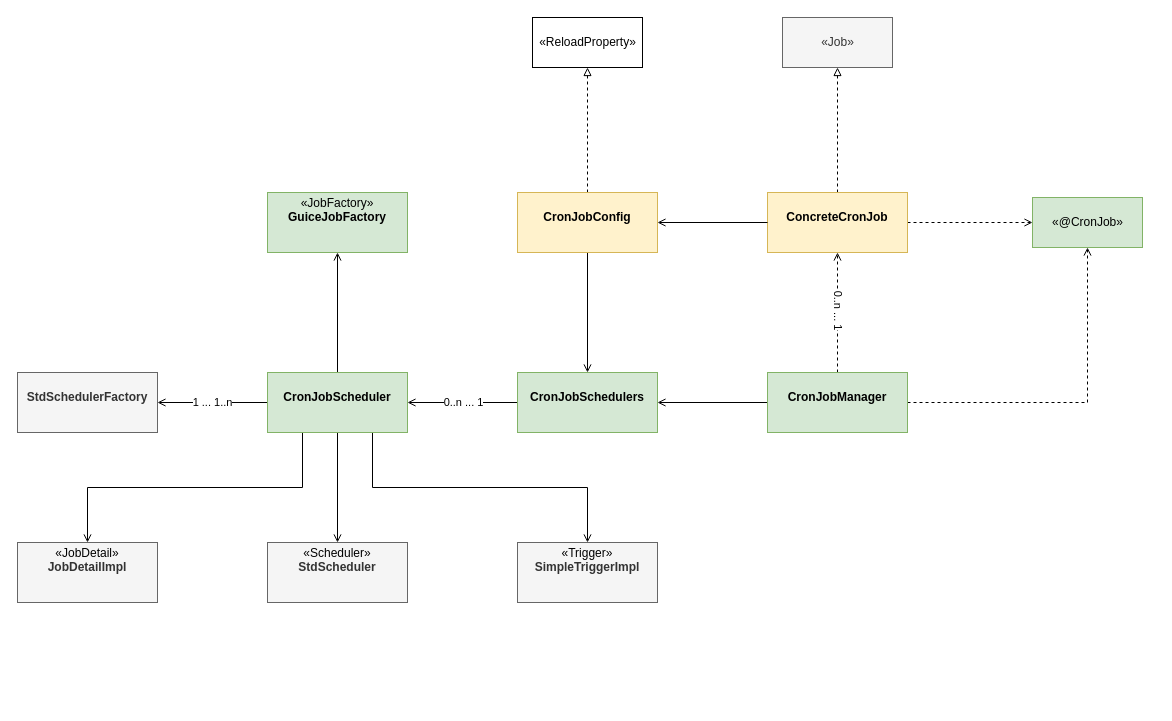
Above: leyan/policy/policy-quartz-component-class-diagram.drawio in GeekKwok/UML (draw.io), before the change. Source tidied: cells renumbered, new cells numbered last; positions are measured from the earlier drawing's top-left corner, leaving out a move shared by most shapes. Both pictures are drawn from the tidied source at 100%, with x=0, y=0 at pixel (17, 17).
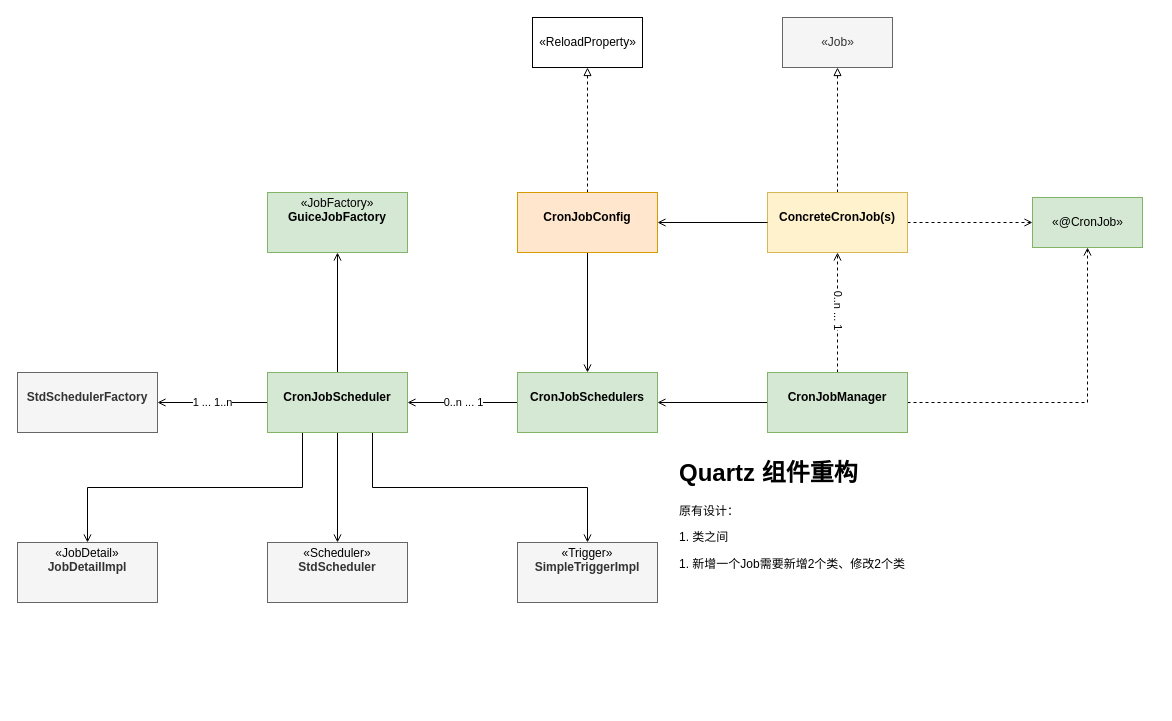
The same diagram, later.

Change to the diagram source:
```diff
@@
-    <mxCell id="19" value="&lt;p style=&quot;margin: 0px ; margin-top: 4px ; text-align: center&quot;&gt;&lt;br&gt;&lt;b&gt;ConcreteCronJob&lt;/b&gt;&lt;/p&gt;" style="verticalAlign=top;align=left;overflow=fill;fontSize=12;fontFamily=Helvetica;html=1;fillColor=#fff2cc;strokeColor=#d6b656;" parent="1" vertex="1">
+    <mxCell id="19" value="&lt;p style=&quot;margin: 0px ; margin-top: 4px ; text-align: center&quot;&gt;&lt;br&gt;&lt;b&gt;ConcreteCronJob(s)&lt;/b&gt;&lt;/p&gt;" style="verticalAlign=top;align=left;overflow=fill;fontSize=12;fontFamily=Helvetica;html=1;fillColor=#fff2cc;strokeColor=#d6b656;" parent="1" vertex="1">
       <mxGeometry x="750" y="175" width="140" height="60" as="geometry" />
     </mxCell>
@@
-    <mxCell id="30" value="&lt;p style=&quot;margin: 0px ; margin-top: 4px ; text-align: center&quot;&gt;&lt;br&gt;&lt;b&gt;CronJobConfig&lt;/b&gt;&lt;/p&gt;" style="verticalAlign=top;align=left;overflow=fill;fontSize=12;fontFamily=Helvetica;html=1;fillColor=#fff2cc;strokeColor=#d6b656;" parent="1" vertex="1">
+    <mxCell id="30" value="&lt;p style=&quot;margin: 0px ; margin-top: 4px ; text-align: center&quot;&gt;&lt;br&gt;&lt;b&gt;CronJobConfig&lt;/b&gt;&lt;/p&gt;" style="verticalAlign=top;align=left;overflow=fill;fontSize=12;fontFamily=Helvetica;html=1;fillColor=#ffe6cc;strokeColor=#d79b00;" parent="1" vertex="1">
       <mxGeometry x="500" y="175" width="140" height="60" as="geometry" />
     </mxCell>
@@
+    <mxCell id="33" value="&lt;h1&gt;Quartz 组件重构&lt;/h1&gt;&lt;p&gt;原有设计：&lt;/p&gt;&lt;p&gt;1. 类之间&lt;/p&gt;&lt;p&gt;1. 新增一个Job需要新增2个类、修改2个类&lt;/p&gt;" style="text;html=1;strokeColor=none;fillColor=none;spacing=5;spacingTop=-20;whiteSpace=wrap;overflow=hidden;rounded=0;" parent="1" vertex="1">
+      <mxGeometry x="657" y="436" width="480" height="250" as="geometry" />
+    </mxCell>
```
